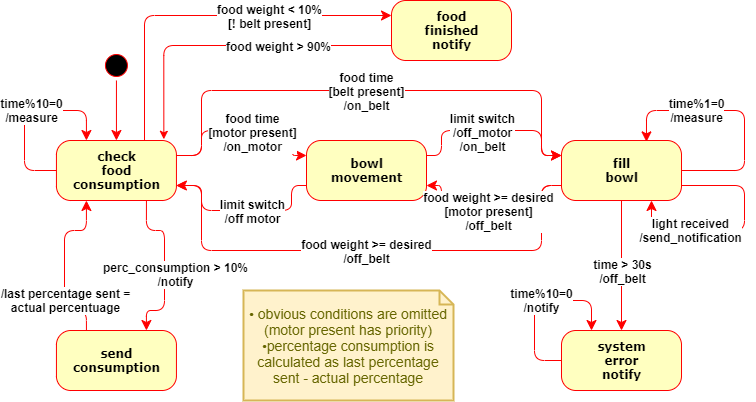
Before: DrawIo/stateDiagramFood.png, a diagram exported from draw.io (SmartDogHouse/Report). Source tidied: cells renumbered, new cells last; positions are measured from the earlier drawing's top-left corner, leaving out a move shared by most shapes. The source it was exported from:
```xml
<mxGraphModel>
  <root>
    <mxCell id="0" />
    <mxCell id="1" parent="0" />
    <mxCell id="2" style="ellipse;shape=startState;fillColor=#000000;strokeColor=#ff0000;rounded=1;shadow=0;comic=0;labelBackgroundColor=none;fontFamily=Verdana;fontSize=12;fontColor=#000000;align=center;direction=south;fontStyle=1;horizontal=1;html=1;" parent="1" vertex="1">
      <mxGeometry x="76.9" y="50" width="30" height="30" as="geometry" />
    </mxCell>
    <mxCell id="3" value="send&lt;br style=&quot;font-size: 12px;&quot;&gt;consumption" style="rounded=1;arcSize=24;fillColor=#ffffc0;strokeColor=#ff0000;shadow=0;comic=0;labelBackgroundColor=none;fontFamily=Verdana;fontSize=12;fontColor=#000000;align=center;fontStyle=1;horizontal=1;html=1;" parent="1" vertex="1">
      <mxGeometry x="31.9" y="330" width="120" height="60" as="geometry" />
    </mxCell>
    <mxCell id="4" value="check&lt;br style=&quot;font-size: 12px;&quot;&gt;food&lt;br style=&quot;font-size: 12px;&quot;&gt;consumption" style="rounded=1;arcSize=24;fillColor=#ffffc0;strokeColor=#ff0000;shadow=0;comic=0;labelBackgroundColor=none;fontFamily=Verdana;fontSize=12;fontColor=#000000;align=center;fontStyle=1;horizontal=1;html=1;" parent="1" vertex="1">
      <mxGeometry x="31.9" y="140" width="120" height="60" as="geometry" />
    </mxCell>
    <mxCell id="5" style="exitX=1;exitY=0.25;entryX=0;entryY=0.25;labelBackgroundColor=none;endArrow=classic;endSize=8;strokeColor=#ff0000;fontFamily=Verdana;fontSize=12;align=left;fontStyle=1;exitDx=0;exitDy=0;edgeStyle=orthogonalEdgeStyle;entryDx=0;entryDy=0;endFill=1;horizontal=1;html=1;" parent="1" edge="1" source="4" target="7">
      <mxGeometry relative="1" as="geometry">
        <Array as="points">
          <mxPoint x="177" y="155" />
          <mxPoint x="177" y="90" />
          <mxPoint x="517" y="90" />
          <mxPoint x="517" y="155" />
        </Array>
      </mxGeometry>
    </mxCell>
    <mxCell id="6" value="food time&lt;br style=&quot;font-size: 12px;&quot;&gt;[belt present]&lt;br style=&quot;font-size: 12px;&quot;&gt;/on_belt" style="edgeLabel;align=center;verticalAlign=middle;fontSize=12;fontStyle=1;horizontal=1;html=1;" parent="5" vertex="1">
      <mxGeometry x="-0.26" y="-4" relative="1" as="geometry">
        <mxPoint x="63" y="-4" as="offset" />
      </mxGeometry>
    </mxCell>
    <mxCell id="7" value="fill&lt;br style=&quot;font-size: 12px;&quot;&gt;bowl" style="rounded=1;arcSize=24;fillColor=#ffffc0;strokeColor=#ff0000;shadow=0;comic=0;labelBackgroundColor=none;fontFamily=Verdana;fontSize=12;fontColor=#000000;align=center;fontStyle=1;horizontal=1;html=1;" parent="1" vertex="1">
      <mxGeometry x="537" y="140" width="120" height="60" as="geometry" />
    </mxCell>
    <mxCell id="8" style="edgeStyle=orthogonalEdgeStyle;labelBackgroundColor=none;endArrow=classic;endSize=8;strokeColor=#ff0000;fontFamily=Verdana;fontSize=12;align=left;fontStyle=1;horizontal=1;html=1;endFill=1;" parent="1" edge="1" source="2" target="4">
      <mxGeometry relative="1" as="geometry" />
    </mxCell>
    <mxCell id="9" style="edgeStyle=orthogonalEdgeStyle;labelBackgroundColor=none;endArrow=classic;endSize=8;strokeColor=#ff0000;fontFamily=Verdana;fontSize=12;align=left;entryX=0.25;entryY=0;fontStyle=1;entryDx=0;entryDy=0;exitX=0;exitY=0.5;exitDx=0;exitDy=0;horizontal=1;html=1;endFill=1;" parent="1" edge="1" source="4" target="4">
      <mxGeometry relative="1" as="geometry">
        <Array as="points">
          <mxPoint y="170" />
          <mxPoint y="110" />
          <mxPoint x="62" y="110" />
        </Array>
      </mxGeometry>
    </mxCell>
    <mxCell id="10" value="time%10=0&lt;br style=&quot;font-size: 12px;&quot;&gt;/measure" style="edgeLabel;align=center;verticalAlign=middle;fontSize=12;fontStyle=1;horizontal=1;html=1;" parent="9" vertex="1">
      <mxGeometry x="0.07" y="1" relative="1" as="geometry" />
    </mxCell>
    <mxCell id="11" style="edgeStyle=orthogonalEdgeStyle;exitX=0.25;exitY=0;entryX=0.25;entryY=1;labelBackgroundColor=none;endArrow=classic;endSize=8;strokeColor=#ff0000;fontFamily=Verdana;fontSize=12;align=left;fontStyle=1;horizontal=1;html=1;endFill=1;" parent="1" edge="1" source="3" target="4">
      <mxGeometry relative="1" as="geometry">
        <Array as="points">
          <mxPoint x="62" y="310" />
          <mxPoint x="40" y="310" />
          <mxPoint x="40" y="230" />
          <mxPoint x="62" y="230" />
        </Array>
      </mxGeometry>
    </mxCell>
    <mxCell id="12" value="/last percentage sent =&lt;br&gt;actual percentuage" style="edgeLabel;html=1;align=center;verticalAlign=middle;fontSize=12;fontStyle=1;" parent="11" vertex="1">
      <mxGeometry x="-0.24" y="-1" relative="1" as="geometry">
        <mxPoint x="-1" y="14" as="offset" />
      </mxGeometry>
    </mxCell>
    <mxCell id="13" style="edgeStyle=orthogonalEdgeStyle;exitX=1;exitY=0.5;labelBackgroundColor=none;endArrow=classic;endSize=8;strokeColor=#ff0000;fontFamily=Verdana;fontSize=12;align=left;fontStyle=1;exitDx=0;exitDy=0;entryX=0.708;entryY=0.023;entryDx=0;entryDy=0;entryPerimeter=0;horizontal=1;html=1;endFill=1;" parent="1" edge="1" source="7" target="7">
      <mxGeometry relative="1" as="geometry">
        <Array as="points">
          <mxPoint x="720" y="170" />
          <mxPoint x="720" y="110" />
          <mxPoint x="622" y="110" />
        </Array>
      </mxGeometry>
    </mxCell>
    <mxCell id="14" value="&lt;span style=&quot;font-weight: 700 ; font-family: &amp;#34;helvetica&amp;#34;&quot;&gt;time%1=0&lt;/span&gt;&lt;br style=&quot;font-weight: 700 ; font-family: &amp;#34;helvetica&amp;#34;&quot;&gt;&lt;span style=&quot;font-weight: 700 ; font-family: &amp;#34;helvetica&amp;#34;&quot;&gt;/measure&lt;/span&gt;" style="edgeLabel;html=1;align=center;verticalAlign=middle;fontSize=12;" parent="13" vertex="1">
      <mxGeometry x="0.52" y="-1" relative="1" as="geometry">
        <mxPoint x="20" as="offset" />
      </mxGeometry>
    </mxCell>
    <mxCell id="15" style="exitX=1;exitY=0.75;entryX=0;entryY=0.75;labelBackgroundColor=none;endArrow=none;endSize=8;strokeColor=#ff0000;fontFamily=Verdana;fontSize=12;align=left;fontStyle=1;exitDx=0;exitDy=0;edgeStyle=orthogonalEdgeStyle;entryDx=0;entryDy=0;startArrow=classic;startFill=1;endFill=0;horizontal=1;html=1;" parent="1" edge="1" source="4" target="7">
      <mxGeometry relative="1" as="geometry">
        <Array as="points">
          <mxPoint x="177" y="185" />
          <mxPoint x="177" y="250" />
          <mxPoint x="517" y="250" />
          <mxPoint x="517" y="185" />
        </Array>
      </mxGeometry>
    </mxCell>
    <mxCell id="16" value="food weight &amp;gt;= desired&lt;br style=&quot;font-size: 12px;&quot;&gt;/off_belt" style="edgeLabel;align=center;verticalAlign=middle;fontSize=12;fontStyle=1;horizontal=1;html=1;" parent="15" vertex="1">
      <mxGeometry x="-0.26" y="-4" relative="1" as="geometry">
        <mxPoint x="63" y="-4" as="offset" />
      </mxGeometry>
    </mxCell>
    <mxCell id="17" value="system&lt;br style=&quot;font-size: 12px;&quot;&gt;error&lt;br style=&quot;font-size: 12px;&quot;&gt;notify" style="rounded=1;arcSize=24;fillColor=#ffffc0;strokeColor=#ff0000;shadow=0;comic=0;labelBackgroundColor=none;fontFamily=Verdana;fontSize=12;fontColor=#000000;align=center;fontStyle=1;horizontal=1;html=1;gradientDirection=east;" parent="1" vertex="1">
      <mxGeometry x="537" y="330" width="120" height="60" as="geometry" />
    </mxCell>
    <mxCell id="18" style="edgeStyle=orthogonalEdgeStyle;exitX=0.5;exitY=1;entryX=0.5;entryY=0;labelBackgroundColor=none;endArrow=classic;endSize=8;strokeColor=#ff0000;fontFamily=Verdana;fontSize=12;align=left;fontStyle=1;horizontal=1;html=1;endFill=1;entryDx=0;entryDy=0;exitDx=0;exitDy=0;" parent="1" edge="1" source="7" target="17">
      <mxGeometry relative="1" as="geometry" />
    </mxCell>
    <mxCell id="19" value="time &amp;gt; 30s&lt;br style=&quot;font-size: 12px;&quot;&gt;/off_belt" style="edgeLabel;html=1;align=center;verticalAlign=middle;fontSize=12;fontStyle=1;" parent="18" vertex="1">
      <mxGeometry x="-0.18" y="-3" relative="1" as="geometry">
        <mxPoint x="3" y="17" as="offset" />
      </mxGeometry>
    </mxCell>
    <mxCell id="20" style="edgeStyle=orthogonalEdgeStyle;labelBackgroundColor=none;endArrow=classic;endSize=8;strokeColor=#ff0000;fontFamily=Verdana;fontSize=12;align=left;fontStyle=1;horizontal=1;html=1;endFill=1;exitX=0.75;exitY=1;exitDx=0;exitDy=0;entryX=0.75;entryY=0;entryDx=0;entryDy=0;" parent="1" edge="1" source="4" target="3">
      <mxGeometry relative="1" as="geometry">
        <Array as="points">
          <mxPoint x="122" y="230" />
          <mxPoint x="140" y="230" />
          <mxPoint x="140" y="310" />
          <mxPoint x="122" y="310" />
        </Array>
      </mxGeometry>
    </mxCell>
    <mxCell id="21" value="perc_consumption &amp;gt; 10%&lt;br&gt;/notify" style="edgeLabel;html=1;align=center;verticalAlign=middle;fontSize=12;fontStyle=1;" parent="20" vertex="1">
      <mxGeometry x="-0.17" y="4" relative="1" as="geometry">
        <mxPoint x="6" y="23" as="offset" />
      </mxGeometry>
    </mxCell>
    <mxCell id="22" value="food&lt;br style=&quot;font-size: 12px;&quot;&gt;finished&lt;br style=&quot;font-size: 12px;&quot;&gt;notify" style="rounded=1;arcSize=24;fillColor=#ffffc0;strokeColor=#ff0000;shadow=0;comic=0;labelBackgroundColor=none;fontFamily=Verdana;fontSize=12;fontColor=#000000;align=center;fontStyle=1;horizontal=1;html=1;gradientDirection=east;" parent="1" vertex="1">
      <mxGeometry x="367" width="120" height="60" as="geometry" />
    </mxCell>
    <mxCell id="23" style="edgeStyle=orthogonalEdgeStyle;labelBackgroundColor=none;endArrow=classic;endSize=8;strokeColor=#ff0000;fontFamily=Verdana;fontSize=12;align=left;fontStyle=1;horizontal=1;html=1;endFill=1;entryX=0;entryY=0.25;entryDx=0;entryDy=0;" parent="1" edge="1" source="4" target="22">
      <mxGeometry relative="1" as="geometry">
        <Array as="points">
          <mxPoint x="120" y="15" />
        </Array>
      </mxGeometry>
    </mxCell>
    <mxCell id="24" value="food weight &amp;lt; 10%&lt;br style=&quot;font-size: 12px;&quot;&gt;[! belt present]" style="edgeLabel;html=1;align=center;verticalAlign=middle;fontSize=12;fontStyle=1;" parent="23" vertex="1">
      <mxGeometry x="0.64" y="1" relative="1" as="geometry">
        <mxPoint x="-55" y="1" as="offset" />
      </mxGeometry>
    </mxCell>
    <mxCell id="25" value="bowl&lt;br&gt;movement" style="rounded=1;arcSize=24;fillColor=#ffffc0;strokeColor=#ff0000;shadow=0;comic=0;labelBackgroundColor=none;fontFamily=Verdana;fontSize=12;fontColor=#000000;align=center;fontStyle=1;horizontal=1;html=1;" parent="1" vertex="1">
      <mxGeometry x="282" y="140" width="120" height="60" as="geometry" />
    </mxCell>
    <mxCell id="26" style="edgeStyle=orthogonalEdgeStyle;labelBackgroundColor=none;endArrow=classic;endSize=8;strokeColor=#ff0000;fontFamily=Verdana;fontSize=12;align=left;fontStyle=1;horizontal=1;html=1;endFill=1;exitX=1;exitY=0.25;exitDx=0;exitDy=0;entryX=0;entryY=0.25;entryDx=0;entryDy=0;" parent="1" edge="1" source="4" target="25">
      <mxGeometry relative="1" as="geometry">
        <Array as="points">
          <mxPoint x="177" y="155" />
          <mxPoint x="177" y="130" />
          <mxPoint x="267" y="130" />
          <mxPoint x="267" y="155" />
        </Array>
      </mxGeometry>
    </mxCell>
    <mxCell id="27" value="food time&lt;br style=&quot;font-size: 12px;&quot;&gt;[motor present]&lt;br style=&quot;font-size: 12px;&quot;&gt;/on_motor" style="edgeLabel;html=1;align=center;verticalAlign=middle;fontSize=12;fontStyle=1;" parent="26" vertex="1">
      <mxGeometry x="0.08" y="-1" relative="1" as="geometry">
        <mxPoint x="3" as="offset" />
      </mxGeometry>
    </mxCell>
    <mxCell id="28" style="edgeStyle=orthogonalEdgeStyle;labelBackgroundColor=none;endArrow=classic;endSize=8;strokeColor=#ff0000;fontFamily=Verdana;fontSize=12;align=left;fontStyle=1;horizontal=1;html=1;endFill=1;exitX=0;exitY=0.75;exitDx=0;exitDy=0;entryX=1;entryY=0.75;entryDx=0;entryDy=0;" parent="1" edge="1" source="25" target="4">
      <mxGeometry relative="1" as="geometry">
        <Array as="points">
          <mxPoint x="267" y="185" />
          <mxPoint x="267" y="210" />
          <mxPoint x="177" y="210" />
          <mxPoint x="177" y="185" />
        </Array>
      </mxGeometry>
    </mxCell>
    <mxCell id="29" value="limit switch&lt;br style=&quot;font-size: 12px;&quot;&gt;/off motor" style="edgeLabel;html=1;align=center;verticalAlign=middle;fontSize=12;fontStyle=1;" parent="28" vertex="1">
      <mxGeometry x="-0.21" y="-2" relative="1" as="geometry">
        <mxPoint x="-9" y="2" as="offset" />
      </mxGeometry>
    </mxCell>
    <mxCell id="30" style="edgeStyle=orthogonalEdgeStyle;labelBackgroundColor=none;endArrow=classic;endSize=8;strokeColor=#ff0000;fontFamily=Verdana;fontSize=12;align=left;fontStyle=1;horizontal=1;html=1;endFill=1;entryX=0;entryY=0.25;entryDx=0;entryDy=0;exitX=1;exitY=0.25;exitDx=0;exitDy=0;" parent="1" edge="1" source="25" target="7">
      <mxGeometry relative="1" as="geometry">
        <Array as="points">
          <mxPoint x="417" y="155" />
          <mxPoint x="417" y="130" />
          <mxPoint x="517" y="130" />
          <mxPoint x="517" y="155" />
        </Array>
      </mxGeometry>
    </mxCell>
    <mxCell id="31" value="limit switch&lt;br style=&quot;font-size: 12px;&quot;&gt;/off_motor&lt;br style=&quot;font-size: 12px;&quot;&gt;/on_belt" style="edgeLabel;html=1;align=center;verticalAlign=middle;fontSize=12;fontStyle=1;" parent="30" vertex="1">
      <mxGeometry x="0.08" y="-1" relative="1" as="geometry">
        <mxPoint x="-20" as="offset" />
      </mxGeometry>
    </mxCell>
    <mxCell id="32" style="edgeStyle=orthogonalEdgeStyle;labelBackgroundColor=none;endArrow=classic;endSize=8;strokeColor=#ff0000;fontFamily=Verdana;fontSize=12;align=left;fontStyle=1;horizontal=1;html=1;endFill=1;exitX=0;exitY=0.75;exitDx=0;exitDy=0;entryX=1;entryY=0.75;entryDx=0;entryDy=0;" parent="1" edge="1" source="7" target="25">
      <mxGeometry relative="1" as="geometry">
        <Array as="points">
          <mxPoint x="517" y="185" />
          <mxPoint x="517" y="210" />
          <mxPoint x="417" y="210" />
          <mxPoint x="417" y="185" />
        </Array>
      </mxGeometry>
    </mxCell>
    <mxCell id="33" value="&lt;span style=&quot;font-size: 12px;&quot;&gt;food weight &amp;gt;= desired&lt;/span&gt;&lt;br style=&quot;font-size: 12px;&quot;&gt;&lt;span style=&quot;font-size: 12px;&quot;&gt;[motor present]&lt;br style=&quot;font-size: 12px;&quot;&gt;/off_belt&lt;/span&gt;" style="edgeLabel;html=1;align=center;verticalAlign=middle;fontSize=12;fontStyle=1;" parent="32" vertex="1">
      <mxGeometry x="-0.09" y="-1" relative="1" as="geometry">
        <mxPoint x="-15" y="1" as="offset" />
      </mxGeometry>
    </mxCell>
    <mxCell id="34" style="edgeStyle=orthogonalEdgeStyle;labelBackgroundColor=none;endArrow=classic;endSize=8;strokeColor=#ff0000;fontFamily=Verdana;fontSize=12;align=left;fontStyle=1;horizontal=1;html=1;endFill=1;exitX=1;exitY=0.75;exitDx=0;exitDy=0;entryX=0.75;entryY=1;entryDx=0;entryDy=0;" parent="1" edge="1" source="7" target="7">
      <mxGeometry relative="1" as="geometry">
        <Array as="points">
          <mxPoint x="720" y="185" />
          <mxPoint x="720" y="230" />
          <mxPoint x="627" y="230" />
        </Array>
      </mxGeometry>
    </mxCell>
    <mxCell id="35" value="light received&lt;br style=&quot;font-size: 12px;&quot;&gt;/send_notification" style="edgeLabel;align=center;verticalAlign=middle;fontSize=12;horizontal=1;html=1;fontStyle=1;" parent="34" vertex="1">
      <mxGeometry x="0.27" y="-1" relative="1" as="geometry">
        <mxPoint x="-16" as="offset" />
      </mxGeometry>
    </mxCell>
    <mxCell id="36" style="edgeStyle=orthogonalEdgeStyle;labelBackgroundColor=none;endArrow=classic;endSize=8;strokeColor=#ff0000;fontFamily=Verdana;fontSize=12;align=left;entryX=0.25;entryY=0;fontStyle=1;entryDx=0;entryDy=0;exitX=0;exitY=0.5;exitDx=0;exitDy=0;horizontal=1;html=1;endFill=1;" parent="1" edge="1" source="17" target="17">
      <mxGeometry relative="1" as="geometry">
        <Array as="points">
          <mxPoint x="510" y="360" />
          <mxPoint x="510" y="300" />
          <mxPoint x="567" y="300" />
        </Array>
      </mxGeometry>
    </mxCell>
    <mxCell id="37" value="time%10=0&lt;br style=&quot;font-size: 12px&quot;&gt;/notify" style="edgeLabel;align=center;verticalAlign=middle;fontSize=12;fontStyle=1;horizontal=1;html=1;" parent="36" vertex="1">
      <mxGeometry x="0.07" y="1" relative="1" as="geometry" />
    </mxCell>
    <mxCell id="38" style="edgeStyle=orthogonalEdgeStyle;labelBackgroundColor=none;endArrow=none;endSize=8;strokeColor=#ff0000;fontFamily=Verdana;fontSize=12;align=left;fontStyle=1;horizontal=1;html=1;endFill=0;exitX=0.895;exitY=-0.02;exitDx=0;exitDy=0;startArrow=classic;startFill=1;exitPerimeter=0;entryX=0;entryY=0.75;entryDx=0;entryDy=0;" parent="1" edge="1" source="4" target="22">
      <mxGeometry relative="1" as="geometry">
        <Array as="points">
          <mxPoint x="139" y="45" />
        </Array>
      </mxGeometry>
    </mxCell>
    <mxCell id="39" value="food weight &amp;gt; 90%" style="edgeLabel;html=1;align=center;verticalAlign=middle;fontSize=12;fontStyle=1;" parent="38" vertex="1">
      <mxGeometry x="0.64" y="1" relative="1" as="geometry">
        <mxPoint x="-55" y="1" as="offset" />
      </mxGeometry>
    </mxCell>
    <mxCell id="40" value="&lt;span&gt;• obvious conditions are omitted (motor present has priority)&lt;br&gt;•percentage consumption is calculated as last percentage sent - actual percentage&lt;/span&gt;" style="shape=note;strokeWidth=2;fontSize=14;size=14;whiteSpace=wrap;html=1;fillColor=#fff2cc;strokeColor=#d6b656;fontColor=#666600;rounded=1;" parent="1" vertex="1">
      <mxGeometry x="219" y="290" width="210" height="110" as="geometry" />
    </mxCell>
  </root>
</mxGraphModel>
```
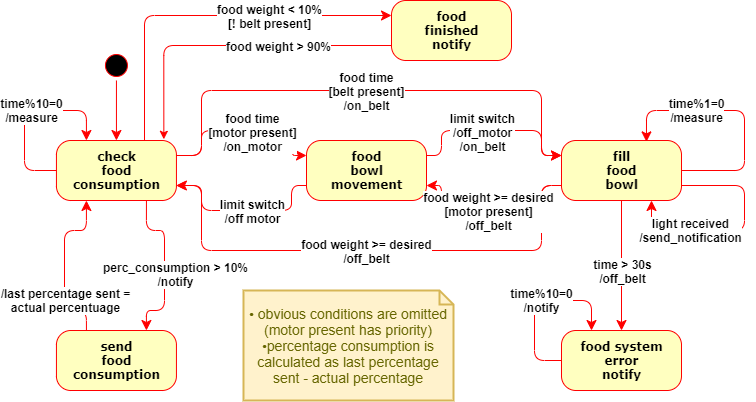
After the change.

The edit, as a diff of the source:
```diff
@@ -5,7 +5,7 @@
     <mxCell id="2" style="ellipse;shape=startState;fillColor=#000000;strokeColor=#ff0000;rounded=1;shadow=0;comic=0;labelBackgroundColor=none;fontFamily=Verdana;fontSize=12;fontColor=#000000;align=center;direction=south;fontStyle=1;horizontal=1;html=1;" parent="1" vertex="1">
       <mxGeometry x="76.9" y="50" width="30" height="30" as="geometry" />
     </mxCell>
-    <mxCell id="3" value="send&lt;br style=&quot;font-size: 12px;&quot;&gt;consumption" style="rounded=1;arcSize=24;fillColor=#ffffc0;strokeColor=#ff0000;shadow=0;comic=0;labelBackgroundColor=none;fontFamily=Verdana;fontSize=12;fontColor=#000000;align=center;fontStyle=1;horizontal=1;html=1;" parent="1" vertex="1">
+    <mxCell id="3" value="send&lt;br&gt;food&lt;br style=&quot;font-size: 12px&quot;&gt;consumption" style="rounded=1;arcSize=24;fillColor=#ffffc0;strokeColor=#ff0000;shadow=0;comic=0;labelBackgroundColor=none;fontFamily=Verdana;fontSize=12;fontColor=#000000;align=center;fontStyle=1;horizontal=1;html=1;" parent="1" vertex="1">
       <mxGeometry x="31.9" y="330" width="120" height="60" as="geometry" />
     </mxCell>
     <mxCell id="4" value="check&lt;br style=&quot;font-size: 12px;&quot;&gt;food&lt;br style=&quot;font-size: 12px;&quot;&gt;consumption" style="rounded=1;arcSize=24;fillColor=#ffffc0;strokeColor=#ff0000;shadow=0;comic=0;labelBackgroundColor=none;fontFamily=Verdana;fontSize=12;fontColor=#000000;align=center;fontStyle=1;horizontal=1;html=1;" parent="1" vertex="1">
@@ -26,7 +26,7 @@
         <mxPoint x="63" y="-4" as="offset" />
       </mxGeometry>
     </mxCell>
-    <mxCell id="7" value="fill&lt;br style=&quot;font-size: 12px;&quot;&gt;bowl" style="rounded=1;arcSize=24;fillColor=#ffffc0;strokeColor=#ff0000;shadow=0;comic=0;labelBackgroundColor=none;fontFamily=Verdana;fontSize=12;fontColor=#000000;align=center;fontStyle=1;horizontal=1;html=1;" parent="1" vertex="1">
+    <mxCell id="7" value="fill&lt;br&gt;food&lt;br style=&quot;font-size: 12px&quot;&gt;bowl" style="rounded=1;arcSize=24;fillColor=#ffffc0;strokeColor=#ff0000;shadow=0;comic=0;labelBackgroundColor=none;fontFamily=Verdana;fontSize=12;fontColor=#000000;align=center;fontStyle=1;horizontal=1;html=1;" parent="1" vertex="1">
       <mxGeometry x="537" y="140" width="120" height="60" as="geometry" />
     </mxCell>
     <mxCell id="8" style="edgeStyle=orthogonalEdgeStyle;labelBackgroundColor=none;endArrow=classic;endSize=8;strokeColor=#ff0000;fontFamily=Verdana;fontSize=12;align=left;fontStyle=1;horizontal=1;html=1;endFill=1;" parent="1" edge="1" source="2" target="4">
@@ -88,7 +88,7 @@
         <mxPoint x="63" y="-4" as="offset" />
       </mxGeometry>
     </mxCell>
-    <mxCell id="17" value="system&lt;br style=&quot;font-size: 12px;&quot;&gt;error&lt;br style=&quot;font-size: 12px;&quot;&gt;notify" style="rounded=1;arcSize=24;fillColor=#ffffc0;strokeColor=#ff0000;shadow=0;comic=0;labelBackgroundColor=none;fontFamily=Verdana;fontSize=12;fontColor=#000000;align=center;fontStyle=1;horizontal=1;html=1;gradientDirection=east;" parent="1" vertex="1">
+    <mxCell id="17" value="food system&lt;br style=&quot;font-size: 12px&quot;&gt;error&lt;br style=&quot;font-size: 12px&quot;&gt;notify" style="rounded=1;arcSize=24;fillColor=#ffffc0;strokeColor=#ff0000;shadow=0;comic=0;labelBackgroundColor=none;fontFamily=Verdana;fontSize=12;fontColor=#000000;align=center;fontStyle=1;horizontal=1;html=1;gradientDirection=east;" parent="1" vertex="1">
       <mxGeometry x="537" y="330" width="120" height="60" as="geometry" />
     </mxCell>
     <mxCell id="18" style="edgeStyle=orthogonalEdgeStyle;exitX=0.5;exitY=1;entryX=0.5;entryY=0;labelBackgroundColor=none;endArrow=classic;endSize=8;strokeColor=#ff0000;fontFamily=Verdana;fontSize=12;align=left;fontStyle=1;horizontal=1;html=1;endFill=1;entryDx=0;entryDy=0;exitDx=0;exitDy=0;" parent="1" edge="1" source="7" target="17">
@@ -129,7 +129,7 @@
         <mxPoint x="-55" y="1" as="offset" />
       </mxGeometry>
     </mxCell>
-    <mxCell id="25" value="bowl&lt;br&gt;movement" style="rounded=1;arcSize=24;fillColor=#ffffc0;strokeColor=#ff0000;shadow=0;comic=0;labelBackgroundColor=none;fontFamily=Verdana;fontSize=12;fontColor=#000000;align=center;fontStyle=1;horizontal=1;html=1;" parent="1" vertex="1">
+    <mxCell id="25" value="food&lt;br&gt;bowl&lt;br&gt;movement" style="rounded=1;arcSize=24;fillColor=#ffffc0;strokeColor=#ff0000;shadow=0;comic=0;labelBackgroundColor=none;fontFamily=Verdana;fontSize=12;fontColor=#000000;align=center;fontStyle=1;horizontal=1;html=1;" parent="1" vertex="1">
       <mxGeometry x="282" y="140" width="120" height="60" as="geometry" />
     </mxCell>
     <mxCell id="26" style="edgeStyle=orthogonalEdgeStyle;labelBackgroundColor=none;endArrow=classic;endSize=8;strokeColor=#ff0000;fontFamily=Verdana;fontSize=12;align=left;fontStyle=1;horizontal=1;html=1;endFill=1;exitX=1;exitY=0.25;exitDx=0;exitDy=0;entryX=0;entryY=0.25;entryDx=0;entryDy=0;" parent="1" edge="1" source="4" target="25">
```
